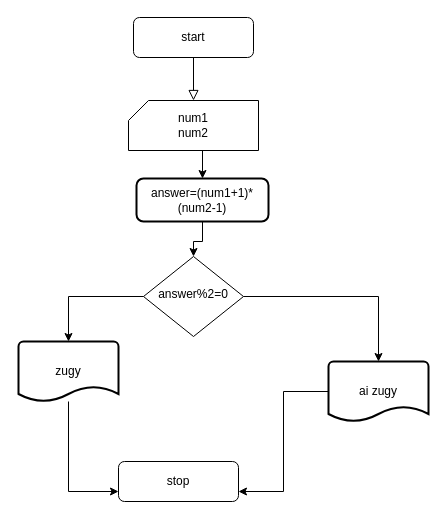
Above: tv.drawio in hayakarl/haya_hello (draw.io), before the change. Source tidied: cells renumbered, new cells numbered last; positions are measured from the earlier drawing's top-left corner, leaving out a move shared by most shapes. Both pictures are drawn from the tidied source at 100%, with x=0, y=0 at pixel (18, 17).
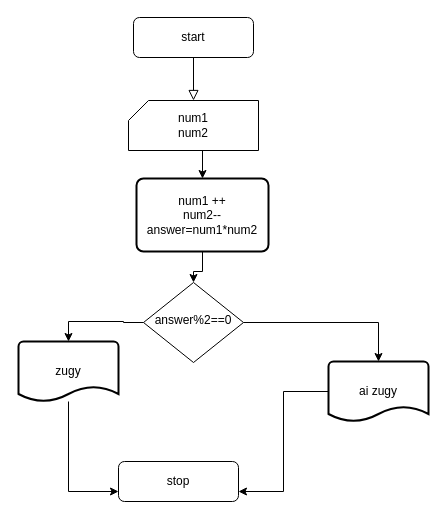
After the change.

What changed in the source:
```diff
@@
 <mxGraphModel>
   <root>
     <mxCell id="0" />
     <mxCell id="1" parent="0" />
     <mxCell id="2" style="rounded=0;html=1;jettySize=auto;fontSize=11;endArrow=block;endFill=0;endSize=8;strokeWidth=1;shadow=0;labelBackgroundColor=none;edgeStyle=orthogonalEdgeStyle;entryX=0.5;entryY=0;entryDx=0;entryDy=0;entryPerimeter=0;" parent="1" edge="1" source="3" target="7">
       <mxGeometry relative="1" as="geometry" />
     </mxCell>
     <mxCell id="3" value="start" style="rounded=1;whiteSpace=wrap;html=1;fontSize=12;glass=0;strokeWidth=1;shadow=0;" parent="1" vertex="1">
       <mxGeometry x="115" width="120" height="40" as="geometry" />
     </mxCell>
     <mxCell id="4" value="stop" style="rounded=1;whiteSpace=wrap;html=1;fontSize=12;glass=0;strokeWidth=1;shadow=0;" parent="1" vertex="1">
       <mxGeometry x="100" y="444" width="120" height="40" as="geometry" />
     </mxCell>
-    <mxCell id="5" value="answer%2=0" style="rhombus;whiteSpace=wrap;html=1;shadow=0;fontFamily=Helvetica;fontSize=12;align=center;strokeWidth=1;spacing=6;spacingTop=-4;" parent="1" vertex="1">
-      <mxGeometry x="125" y="239" width="100" height="80" as="geometry" />
+    <mxCell id="5" value="answer%2==0" style="rhombus;whiteSpace=wrap;html=1;shadow=0;fontFamily=Helvetica;fontSize=12;align=center;strokeWidth=1;spacing=6;spacingTop=-4;" parent="1" vertex="1">
+      <mxGeometry x="125" y="265" width="100" height="80" as="geometry" />
     </mxCell>
     <mxCell id="6" style="edgeStyle=orthogonalEdgeStyle;rounded=0;jettySize=auto;html=1;exitX=0.5;exitY=1;exitDx=0;exitDy=0;exitPerimeter=0;entryX=0.5;entryY=0;entryDx=0;entryDy=0;" parent="1" edge="1" source="7" target="15">
       <mxGeometry relative="1" as="geometry" />
     </mxCell>
     <mxCell id="7" value="num1&lt;br&gt;num2" style="verticalLabelPosition=middle;verticalAlign=middle;html=1;shape=card;whiteSpace=wrap;size=20;arcSize=12;labelPosition=center;align=center;" parent="1" vertex="1">
       <mxGeometry x="110" y="83" width="130" height="50" as="geometry" />
     </mxCell>
     <mxCell id="8" style="edgeStyle=orthogonalEdgeStyle;rounded=0;jettySize=auto;html=1;entryX=0;entryY=0.75;entryDx=0;entryDy=0;" parent="1" edge="1" source="9" target="4">
       <mxGeometry relative="1" as="geometry" />
     </mxCell>
     <mxCell id="9" value="zugy" style="strokeWidth=2;html=1;shape=mxgraph.flowchart.document2;whiteSpace=wrap;size=0.25;" parent="1" vertex="1">
       <mxGeometry y="324" width="100" height="60" as="geometry" />
     </mxCell>
     <mxCell id="10" style="edgeStyle=orthogonalEdgeStyle;rounded=0;jettySize=auto;html=1;entryX=1;entryY=0.75;entryDx=0;entryDy=0;" parent="1" edge="1" source="11" target="4">
       <mxGeometry relative="1" as="geometry" />
     </mxCell>
     <mxCell id="11" value="ai zugy" style="strokeWidth=2;html=1;shape=mxgraph.flowchart.document2;whiteSpace=wrap;size=0.25;" parent="1" vertex="1">
       <mxGeometry x="310" y="344" width="100" height="60" as="geometry" />
     </mxCell>
     <mxCell id="12" style="edgeStyle=orthogonalEdgeStyle;rounded=0;jettySize=auto;html=1;entryX=0.5;entryY=0;entryDx=0;entryDy=0;entryPerimeter=0;" parent="1" edge="1" source="5" target="9">
       <mxGeometry relative="1" as="geometry" />
     </mxCell>
     <mxCell id="13" style="edgeStyle=orthogonalEdgeStyle;rounded=0;jettySize=auto;html=1;entryX=0.5;entryY=0;entryDx=0;entryDy=0;entryPerimeter=0;" parent="1" edge="1" source="5" target="11">
       <mxGeometry relative="1" as="geometry" />
     </mxCell>
     <mxCell id="14" style="edgeStyle=orthogonalEdgeStyle;rounded=0;jettySize=auto;html=1;" parent="1" edge="1" source="15" target="5">
       <mxGeometry relative="1" as="geometry" />
     </mxCell>
-    <mxCell id="15" value="answer=(num1+1)*(num2-1)" style="rounded=1;whiteSpace=wrap;html=1;absoluteArcSize=1;arcSize=14;strokeWidth=2;" parent="1" vertex="1">
-      <mxGeometry x="118" y="161" width="132" height="43" as="geometry" />
+    <mxCell id="15" value="num1 ++&lt;br&gt;num2--&lt;br&gt;answer=num1*num2" style="rounded=1;whiteSpace=wrap;html=1;absoluteArcSize=1;arcSize=14;strokeWidth=2;" parent="1" vertex="1">
+      <mxGeometry x="118" y="161" width="132" height="73" as="geometry" />
     </mxCell>
   </root>
 </mxGraphModel>
```
